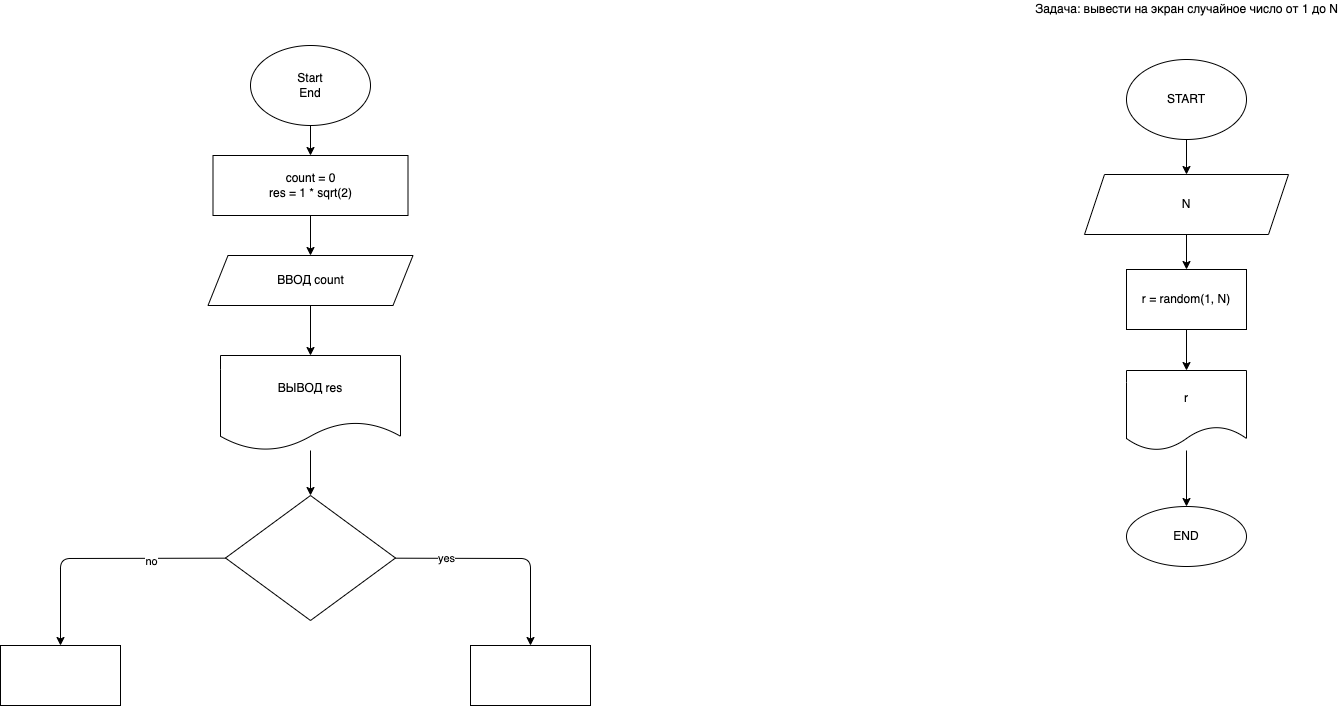
Before: ex000.drawio.png, a diagram exported from draw.io (retedominus/practice_ex000). Source tidied: cells renumbered, new cells last; positions are measured from the earlier drawing's top-left corner, leaving out a move shared by most shapes.
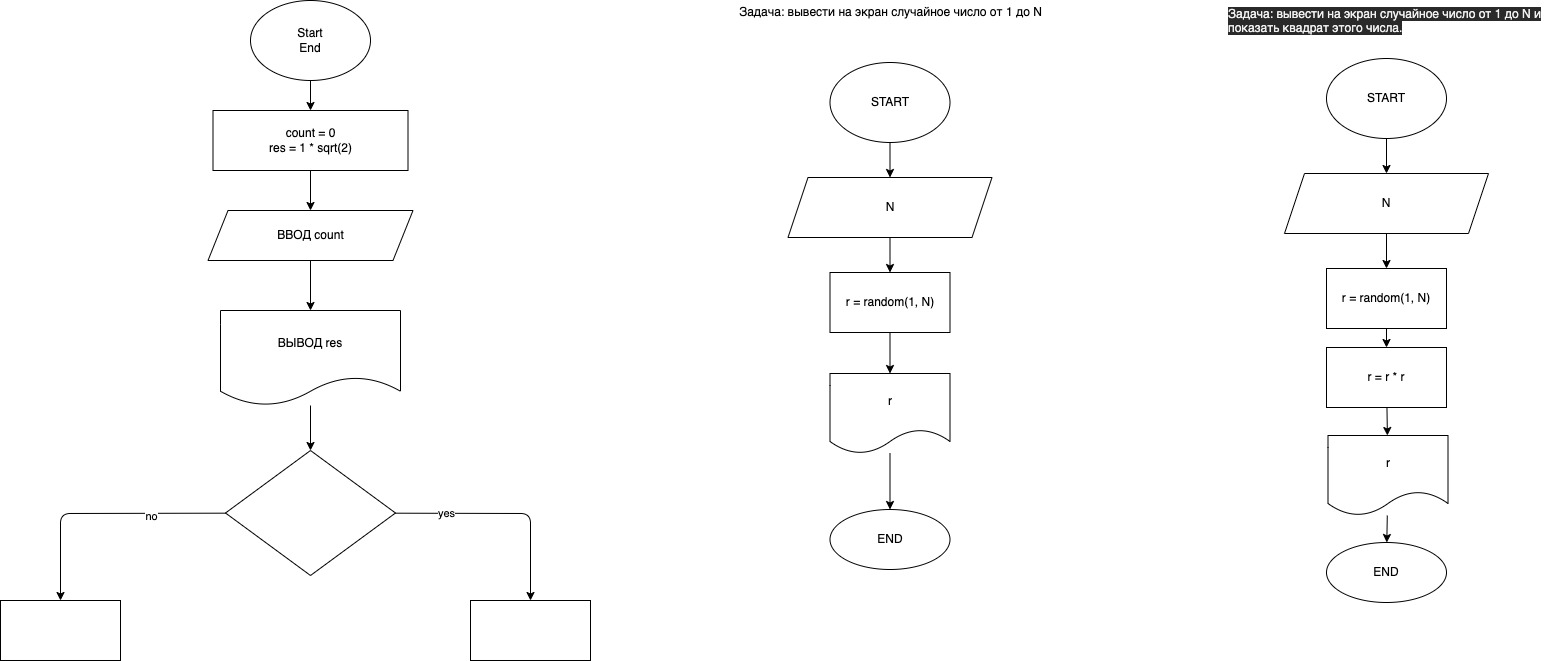
The same diagram one commit later.

Commit message:
Добавил задачу с квадратом случайного числа

Diff of the diagram source:
```diff
@@ -59,31 +59,67 @@
       <mxGeometry relative="1" as="geometry" />
     </mxCell>
     <mxCell id="18" value="START" style="ellipse;whiteSpace=wrap;html=1;" parent="1" vertex="1">
-      <mxGeometry x="1126" y="59" width="120" height="80" as="geometry" />
+      <mxGeometry x="829.5" y="107" width="120" height="80" as="geometry" />
     </mxCell>
     <mxCell id="19" style="edgeStyle=none;html=1;" parent="1" edge="1" source="20" target="22">
       <mxGeometry relative="1" as="geometry" />
     </mxCell>
     <mxCell id="20" value="N" style="shape=parallelogram;perimeter=parallelogramPerimeter;whiteSpace=wrap;html=1;fixedSize=1;" parent="1" vertex="1">
-      <mxGeometry x="1084" y="174" width="204" height="60" as="geometry" />
+      <mxGeometry x="787.5" y="222" width="204" height="60" as="geometry" />
     </mxCell>
     <mxCell id="21" style="edgeStyle=none;html=1;" parent="1" edge="1" source="22" target="24">
       <mxGeometry relative="1" as="geometry" />
     </mxCell>
     <mxCell id="22" value="r = random(1, N)" style="whiteSpace=wrap;html=1;" parent="1" vertex="1">
-      <mxGeometry x="1126" y="269" width="120" height="60" as="geometry" />
+      <mxGeometry x="829.5" y="317" width="120" height="60" as="geometry" />
     </mxCell>
     <mxCell id="23" style="edgeStyle=none;html=1;" parent="1" edge="1" source="24" target="25">
       <mxGeometry relative="1" as="geometry" />
     </mxCell>
     <mxCell id="24" value="r" style="shape=document;whiteSpace=wrap;html=1;boundedLbl=1;" parent="1" vertex="1">
-      <mxGeometry x="1126" y="370" width="120" height="80" as="geometry" />
+      <mxGeometry x="829.5" y="418" width="120" height="80" as="geometry" />
     </mxCell>
     <mxCell id="25" value="END" style="ellipse;whiteSpace=wrap;html=1;" parent="1" vertex="1">
-      <mxGeometry x="1126" y="506" width="120" height="60" as="geometry" />
+      <mxGeometry x="829.5" y="554" width="120" height="60" as="geometry" />
     </mxCell>
     <mxCell id="26" value="Задача: вывести на экран случайное число от 1 до N" style="text;html=1;align=center;verticalAlign=middle;strokeColor=none;fillColor=none;" parent="1" vertex="1">
-      <mxGeometry x="1029.5" width="313" height="18" as="geometry" />
+      <mxGeometry x="733" y="48" width="313" height="18" as="geometry" />
     </mxCell>
+    <mxCell id="27" value="&lt;span style=&quot;color: rgb(240 , 240 , 240) ; font-family: &amp;#34;helvetica&amp;#34; ; font-size: 12px ; font-style: normal ; font-weight: 400 ; letter-spacing: normal ; text-align: center ; text-indent: 0px ; text-transform: none ; word-spacing: 0px ; background-color: rgb(42 , 42 , 42) ; display: inline ; float: none&quot;&gt;Задача: вывести на экран случайное число от 1 до N и показать квадрат этого числа.&lt;br&gt;&lt;br&gt;&lt;/span&gt;" style="text;whiteSpace=wrap;html=1;" parent="1" vertex="1">
+      <mxGeometry x="1226" y="45" width="323" height="37" as="geometry" />
+    </mxCell>
+    <mxCell id="28" style="edgeStyle=none;html=1;" parent="1" edge="1" source="29" target="31">
+      <mxGeometry relative="1" as="geometry" />
+    </mxCell>
+    <mxCell id="29" value="START" style="ellipse;whiteSpace=wrap;html=1;" parent="1" vertex="1">
+      <mxGeometry x="1326" y="103" width="120" height="80" as="geometry" />
+    </mxCell>
+    <mxCell id="30" style="edgeStyle=none;html=1;" parent="1" edge="1" source="31" target="33">
+      <mxGeometry relative="1" as="geometry" />
+    </mxCell>
+    <mxCell id="31" value="N" style="shape=parallelogram;perimeter=parallelogramPerimeter;whiteSpace=wrap;html=1;fixedSize=1;" parent="1" vertex="1">
+      <mxGeometry x="1284" y="218" width="204" height="60" as="geometry" />
+    </mxCell>
+    <mxCell id="32" style="edgeStyle=none;html=1;" parent="1" edge="1" source="33" target="38">
+      <mxGeometry relative="1" as="geometry" />
+    </mxCell>
+    <mxCell id="33" value="r = random(1, N)" style="whiteSpace=wrap;html=1;" parent="1" vertex="1">
+      <mxGeometry x="1326" y="313" width="120" height="60" as="geometry" />
+    </mxCell>
+    <mxCell id="34" style="edgeStyle=none;html=1;" parent="1" edge="1" source="35" target="36">
+      <mxGeometry relative="1" as="geometry" />
+    </mxCell>
+    <mxCell id="35" value="r" style="shape=document;whiteSpace=wrap;html=1;boundedLbl=1;" parent="1" vertex="1">
+      <mxGeometry x="1327.5" y="480" width="120" height="80" as="geometry" />
+    </mxCell>
+    <mxCell id="36" value="END" style="ellipse;whiteSpace=wrap;html=1;" parent="1" vertex="1">
+      <mxGeometry x="1326" y="587" width="120" height="60" as="geometry" />
+    </mxCell>
+    <mxCell id="37" style="edgeStyle=none;html=1;" parent="1" edge="1" source="38" target="35">
+      <mxGeometry relative="1" as="geometry" />
+    </mxCell>
+    <mxCell id="38" value="r = r * r" style="whiteSpace=wrap;html=1;" parent="1" vertex="1">
+      <mxGeometry x="1326" y="392" width="120" height="60" as="geometry" />
+    </mxCell>
   </root>
 </mxGraphModel>
```
